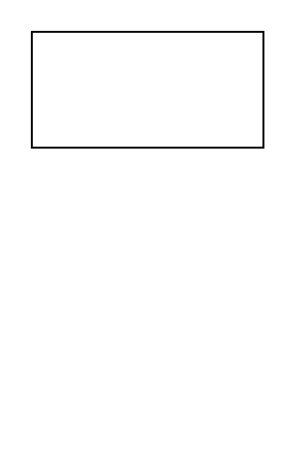
Above: 未命名绘图.drawio in chengyi3192/draw (draw.io), before the change. Source tidied: cells renumbered, new cells numbered last; positions are measured from the earlier drawing's top-left corner, leaving out a move shared by most shapes. Both pictures are drawn from the tidied source at 193%, with x=0, y=0 at pixel (31, 31).
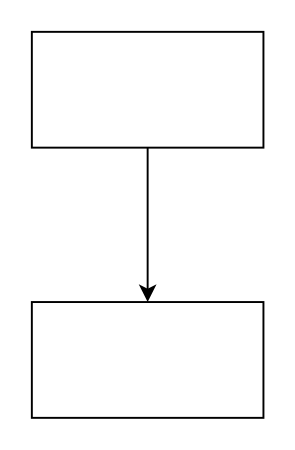
The same diagram, later.

Change to the diagram source:
```diff
@@
 <mxGraphModel>
   <root>
     <mxCell id="0" />
     <mxCell id="1" parent="0" />
+    <mxCell id="3" style="edgeStyle=orthogonalEdgeStyle;rounded=0;jettySize=auto;html=1;" parent="1" edge="1" source="2" target="4">
+      <mxGeometry relative="1" as="geometry" />
+    </mxCell>
     <mxCell id="2" style="rounded=0;whiteSpace=wrap;html=1;" parent="1" vertex="1">
       <mxGeometry width="120" height="60" as="geometry" />
     </mxCell>
+    <mxCell id="4" style="whiteSpace=wrap;html=1;rounded=0;" parent="1" vertex="1">
+      <mxGeometry y="140" width="120" height="60" as="geometry" />
+    </mxCell>
   </root>
 </mxGraphModel>
```
